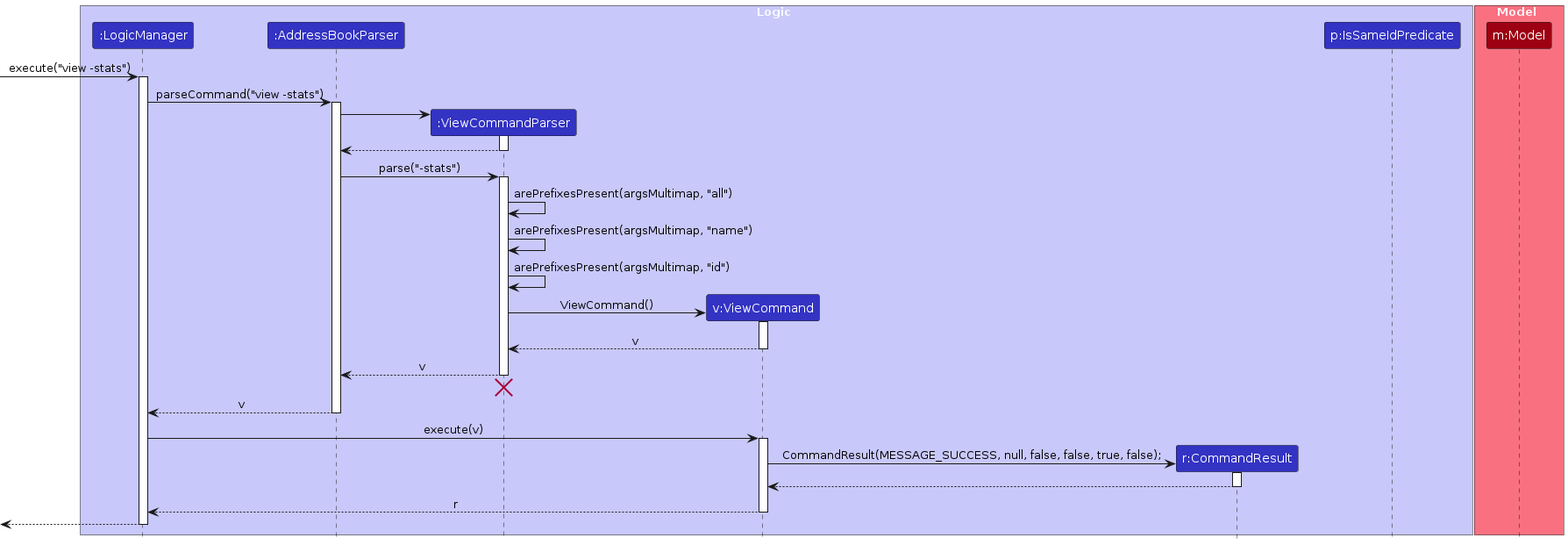
Above: diagrams/ViewParserSequenceDiagram2.png in MarcusGitty/tp (PlantUML), before the change. Its source is kept beside it as diagrams/ViewParserSequenceDiagram2.puml.
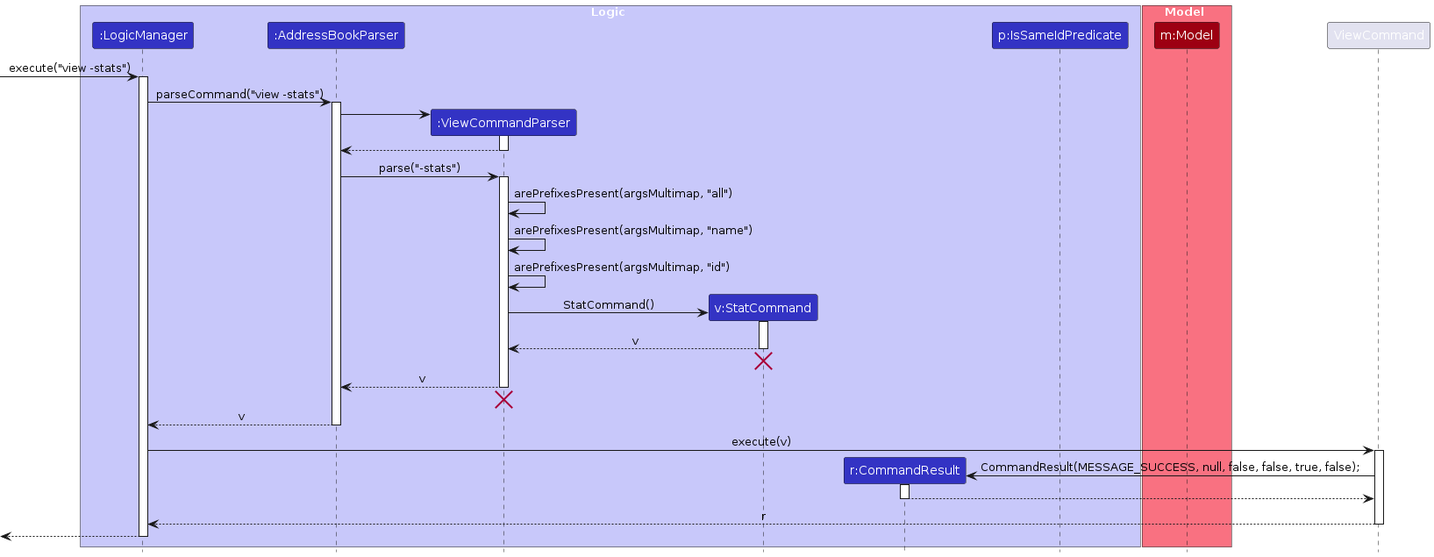
The same diagram one commit later.

The edit, as a diff of the source:
```diff
@@ -6,7 +6,7 @@
 participant ":LogicManager" as LogicManager LOGIC_COLOR
 participant ":AddressBookParser" as AddressBookParser LOGIC_COLOR
 participant ":ViewCommandParser" as ViewCommandParser LOGIC_COLOR
-participant "v:ViewCommand" as ViewCommand LOGIC_COLOR
+participant "v:StatCommand" as StatCommand LOGIC_COLOR
 participant "r:CommandResult" as CommandResult LOGIC_COLOR
 participant "p:IsSameIdPredicate" as IsSameIdPredicate LOGIC_COLOR
 end box
@@ -37,12 +37,14 @@
 
 ViewCommandParser -> ViewCommandParser : arePrefixesPresent(argsMultimap, "id")
 
-create ViewCommand
-ViewCommandParser -> ViewCommand : ViewCommand()
-activate ViewCommand
+create StatCommand
+ViewCommandParser -> StatCommand : StatCommand()
+activate StatCommand
 
-ViewCommand -->  ViewCommandParser : v
-deactivate ViewCommand
+StatCommand -->  ViewCommandParser : v
+deactivate StatCommand
+ViewCommandParser -[hidden]-> AddressBookParser
+destroy StatCommand
 
 ViewCommandParser --> AddressBookParser : v
 deactivate ViewCommandParser
```
